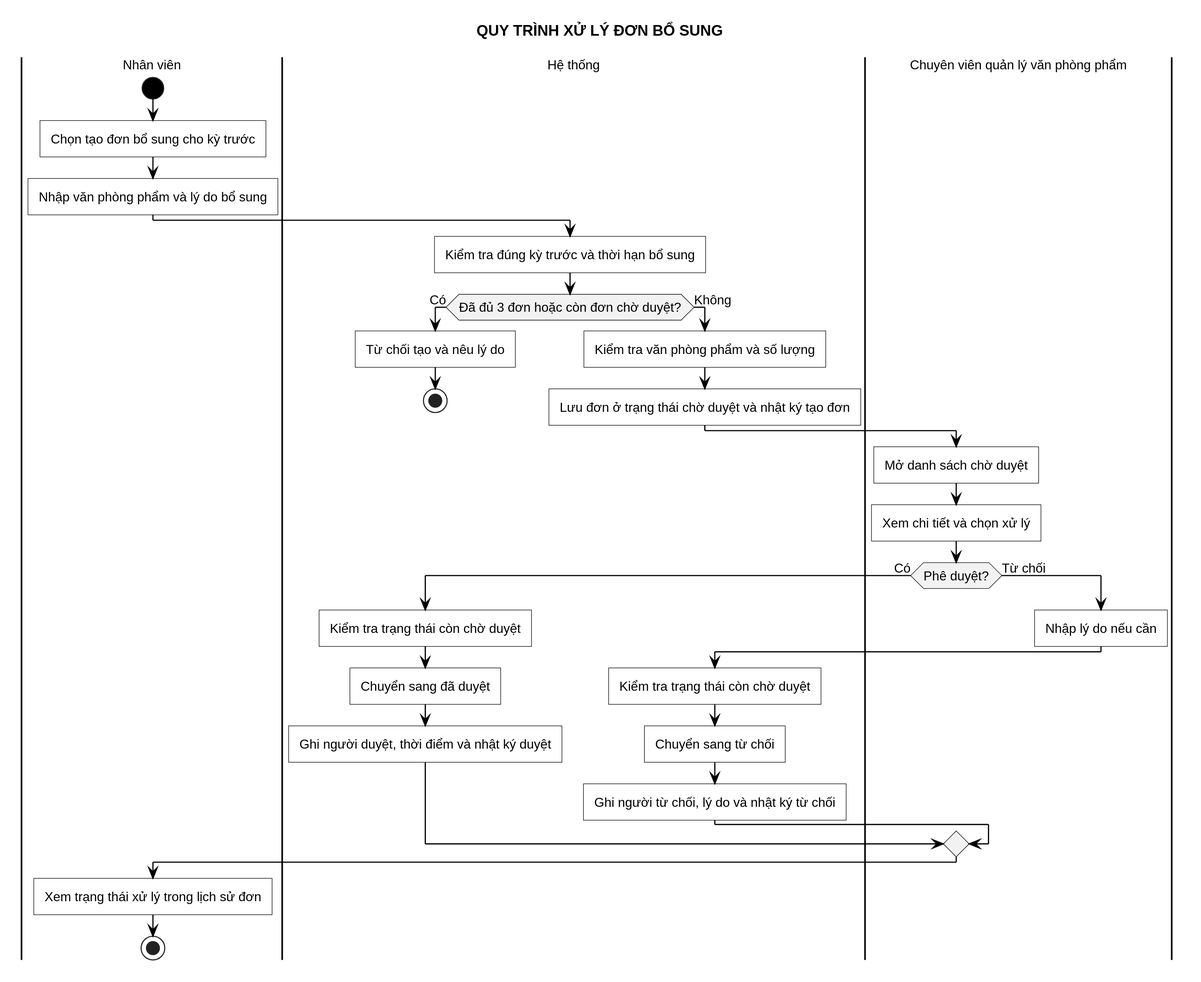
The PlantUML diagram LVTN/diagrams/ch03/activity-additional-request.svg in Miikey24s/gtas_vpp, before a commit.
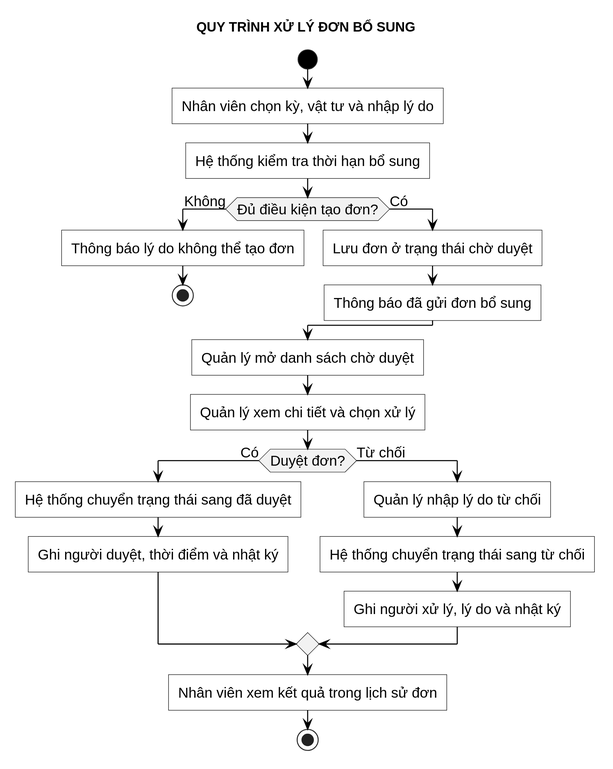
Above is the later version.

Diff of the diagram source:
```diff
@@ -2,36 +2,26 @@
 !include ../common/activity-style.puml
 title QUY TRÌNH XỬ LÝ ĐƠN BỔ SUNG
 
-|Nhân viên|
 start
-:Chọn tạo đơn bổ sung cho kỳ trước;
-:Nhập văn phòng phẩm và lý do bổ sung;
-|Hệ thống|
-:Kiểm tra đúng kỳ trước và thời hạn bổ sung;
-if (Đã đủ 3 đơn hoặc còn đơn chờ duyệt?) then (Có)
-  :Từ chối tạo và nêu lý do;
+:Nhân viên chọn kỳ, vật tư và nhập lý do;
+:Hệ thống kiểm tra thời hạn bổ sung;
+if (Đủ điều kiện tạo đơn?) then (Không)
+  :Thông báo lý do không thể tạo đơn;
   stop
-else (Không)
-  :Kiểm tra văn phòng phẩm và số lượng;
-  :Lưu đơn ở trạng thái chờ duyệt và nhật ký tạo đơn;
+else (Có)
+  :Lưu đơn ở trạng thái chờ duyệt;
+  :Thông báo đã gửi đơn bổ sung;
 endif
-|Chuyên viên quản lý văn phòng phẩm|
-:Mở danh sách chờ duyệt;
-:Xem chi tiết và chọn xử lý;
-if (Phê duyệt?) then (Có)
-  |Hệ thống|
-  :Kiểm tra trạng thái còn chờ duyệt;
-  :Chuyển sang đã duyệt;
-  :Ghi người duyệt, thời điểm và nhật ký duyệt;
+:Quản lý mở danh sách chờ duyệt;
+:Quản lý xem chi tiết và chọn xử lý;
+if (Duyệt đơn?) then (Có)
+  :Hệ thống chuyển trạng thái sang đã duyệt;
+  :Ghi người duyệt, thời điểm và nhật ký;
 else (Từ chối)
-  |Chuyên viên quản lý văn phòng phẩm|
-  :Nhập lý do nếu cần;
-  |Hệ thống|
-  :Kiểm tra trạng thái còn chờ duyệt;
-  :Chuyển sang từ chối;
-  :Ghi người từ chối, lý do và nhật ký từ chối;
+  :Quản lý nhập lý do từ chối;
+  :Hệ thống chuyển trạng thái sang từ chối;
+  :Ghi người xử lý, lý do và nhật ký;
 endif
-|Nhân viên|
-:Xem trạng thái xử lý trong lịch sử đơn;
+:Nhân viên xem kết quả trong lịch sử đơn;
 stop
 @enduml
```
